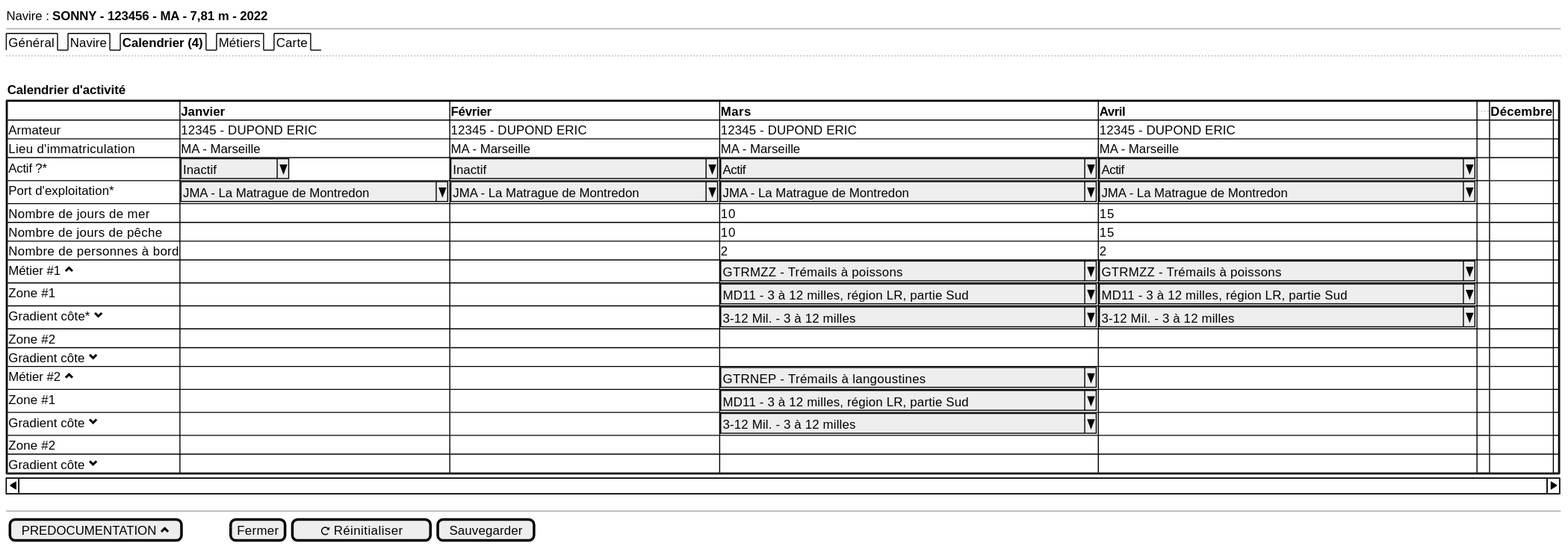
The PlantUML diagram projects/activity-calendar/spe/images/activity-calendar-new.svg in sumaris-net/sumaris-doc, before a commit.
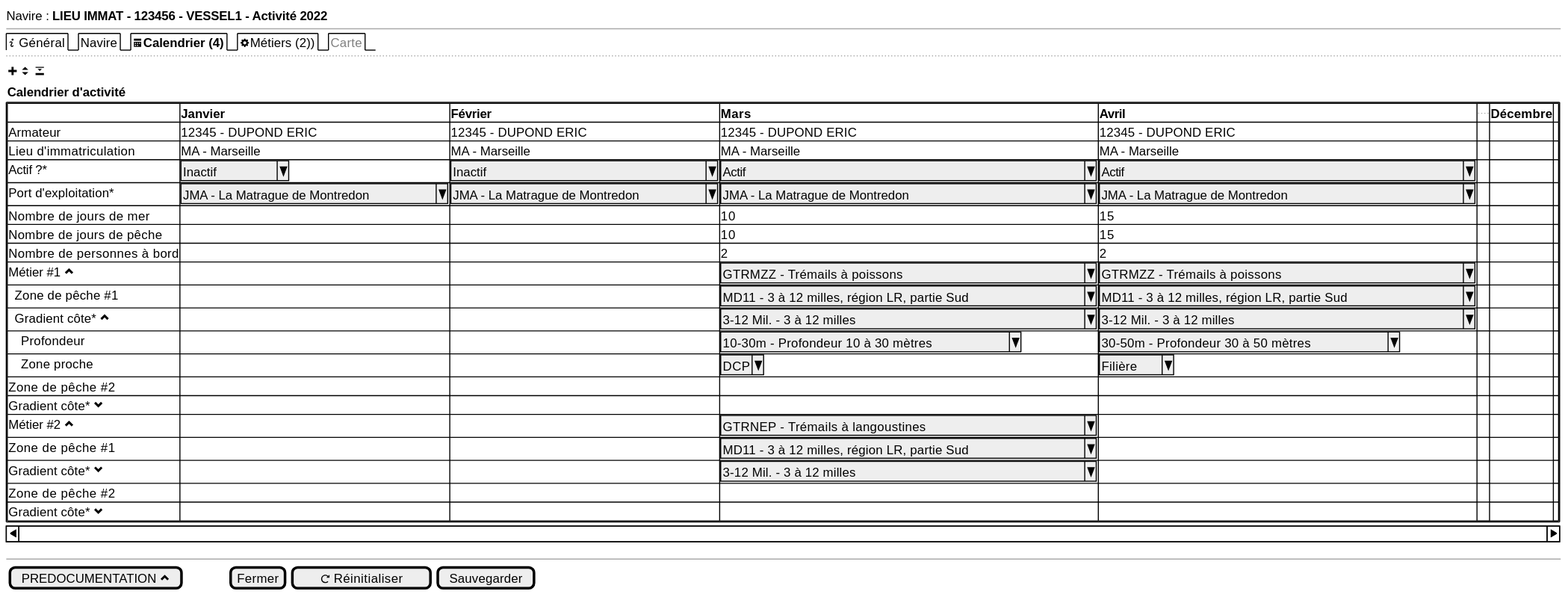
Later version of the same file.

Change to the diagram source:
```diff
@@ -1,12 +1,10 @@
 @startsalt
 {
-  Navire : <b>SONNY - 123456 - MA - 7,81 m - 2022
+  Navire : <b>LIEU IMMAT - 123456 - VESSEL1 - Activité 2022
   --
-  {/ Général | Navire | <b>Calendrier (4) | Métiers | Carte}
+  {/ <&info>Général | Navire | <b><&calendar>Calendrier (4)| <&cog>Métiers (2)) | <font color=grey>Carte}
   ..
-  .
-
-
+  {<&plus> <&elevator> <&expand-down> }
   {<b>Calendrier d'activité}
 	{S-
 	{#
@@ -19,15 +17,17 @@
      Nombre de jours de pêche | . | . | 10 | 15 | . | . | .
      Nombre de personnes à bord | . | . | 2 | 2 | . | . | .
      Métier #1 <&chevron-top> | . | . | ^GTRMZZ - Trémails à poissons               ^ | ^GTRMZZ - Trémails à poissons               ^ | . | . | .
-     Zone #1 | . | . | ^MD11 - 3 à 12 milles, région LR, partie Sud^| ^MD11 - 3 à 12 milles, région LR, partie Sud^ | . | . | .
-     Gradient côte* <&chevron-bottom>| . | . | ^3-12 Mil. - 3 à 12 milles                  ^| ^3-12 Mil. - 3 à 12 milles                  ^ | . | . | .
-     Zone #2 | . | . | . | . | . | .
-     Gradient côte <&chevron-bottom>| . | . | . | . | . | . | .
+     <U+0020><U+0020>Zone de pêche #1 | . | . | ^MD11 - 3 à 12 milles, région LR, partie Sud^| ^MD11 - 3 à 12 milles, région LR, partie Sud^ | . | . | .
+     <U+0020><U+0020>Gradient côte* <&chevron-top>| . | . | ^3-12 Mil. - 3 à 12 milles                  ^| ^3-12 Mil. - 3 à 12 milles                  ^ | . | . | .
+     <U+0020><U+0020><U+0020><U+0020>Profondeur | . | . | ^10-30m - Profondeur 10 à 30 mètres^| ^30-50m - Profondeur 30 à 50 mètres^ | . | . | .
+     <U+0020><U+0020><U+0020><U+0020>Zone proche| . | . | ^DCP^| ^Filière^ | . | . | .
+     Zone de pêche  #2 | . | . | . | . | . | .
+     Gradient côte* <&chevron-bottom>| . | . | . | . | . | . | .
      Métier #2 <&chevron-top>| . | . | ^GTRNEP - Trémails à langoustines           ^ | . | . | . | .
-     Zone #1 | . | . | ^MD11 - 3 à 12 milles, région LR, partie Sud^|.| . | . | .
-     Gradient côte <&chevron-bottom>| . | . | ^3-12 Mil. - 3 à 12 milles                  ^|.| . | . | .
-     Zone #2 | . | . | . | . | . | . | .
-     Gradient côte <&chevron-bottom>| . | . | . | . | . | . | .
+     Zone de pêche  #1 | . | . | ^MD11 - 3 à 12 milles, région LR, partie Sud^|.| . | . | .
+     Gradient côte* <&chevron-bottom>| . | . | ^3-12 Mil. - 3 à 12 milles                  ^|.| . | . | .
+     Zone de pêche  #2 | . | . | . | . | . | . | .
+     Gradient côte* <&chevron-bottom>| . | . | . | . | . | . | .
     }
     }
   --
```
